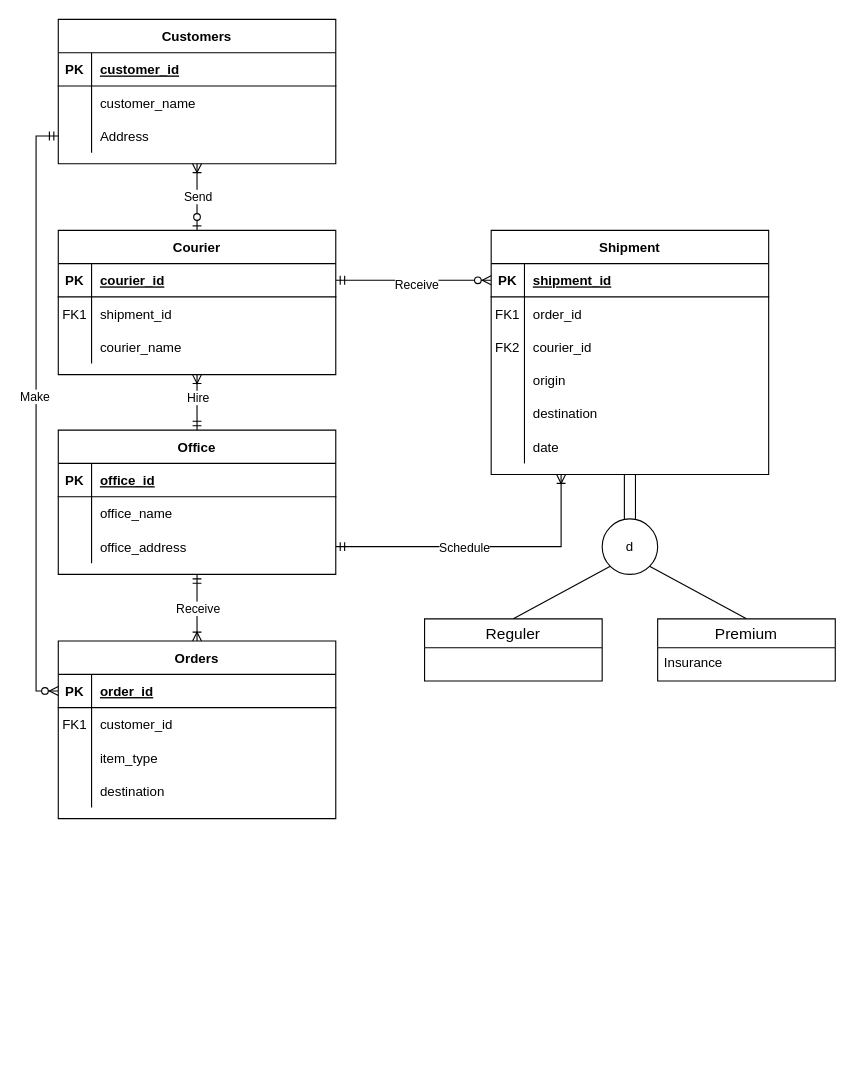
Earlier version of the draw.io diagram page "ERD" (1 of 2) of ERD/ERD_Norm.drawio (jeki-z/dripship). Source tidied: cells renumbered, new cells numbered last; positions are measured from the earlier drawing's top-left corner, leaving out a move shared by most shapes. Both pictures are drawn from the tidied source at 111%, with x=0, y=0 at pixel (36, 19).
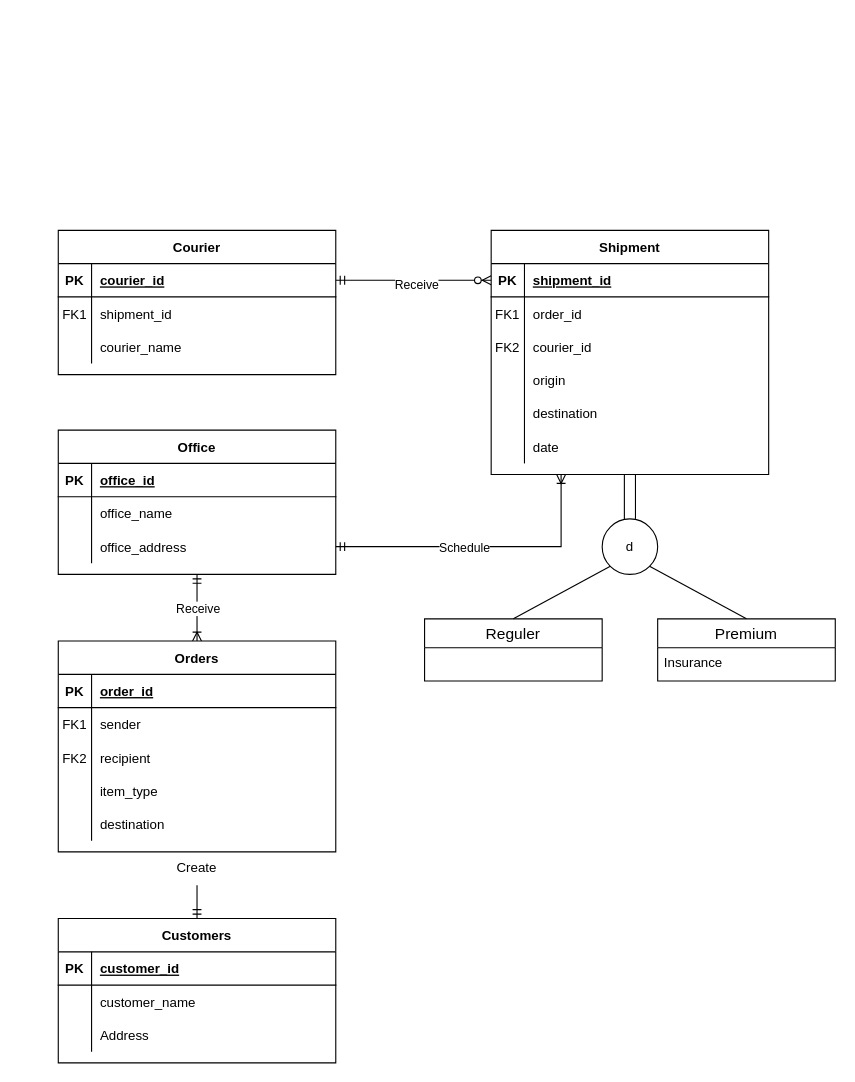
After the change.

Unchanged cells that the change refers to:
```xml
<mxCell id="3" style="shape=partialRectangle;fillColor=none;points=[[0,0.5],[1,0.5]];portConstraint=eastwest;top=0;left=0;right=0;bottom=1;" parent="2" vertex="1">
  <mxGeometry y="30" width="250" height="30" as="geometry" />
</mxCell>
<mxCell id="6" style="shape=partialRectangle;fillColor=none;top=0;left=0;right=0;bottom=0;" parent="2" vertex="1">
  <mxGeometry y="60" width="250" height="30" as="geometry" />
</mxCell>
<mxCell id="15" value="Courier" style="shape=table;startSize=30;childLayout=tableLayout;rowLines=0;fontStyle=1;align=center;" parent="1" vertex="1">
  <mxGeometry x="20" y="190" width="250" height="130" as="geometry" />
</mxCell>
<mxCell id="32" style="shape=partialRectangle;fillColor=none;top=0;left=0;bottom=0;right=0;points=[[0,0.5],[1,0.5]];portConstraint=eastwest;" parent="25" vertex="1">
  <mxGeometry y="90" width="250" height="30" as="geometry" />
</mxCell>
<mxCell id="35" value="Office" style="shape=table;startSize=30;childLayout=tableLayout;rowLines=0;fontStyle=1;align=center;" parent="1" vertex="1">
  <mxGeometry x="20" y="370" width="250" height="130" as="geometry" />
</mxCell>
```

What changed in the source:
```diff
@@
     <mxCell id="2" value="Orders" style="shape=table;startSize=30;childLayout=tableLayout;rowLines=0;fontStyle=1;align=center;" parent="1" vertex="1">
-      <mxGeometry x="20" y="560" width="250" height="160" as="geometry" />
+      <mxGeometry x="20" y="560" width="250" height="190" as="geometry" />
     </mxCell>
@@
-    <mxCell id="8" value="customer_id" style="shape=partialRectangle;overflow=hidden;fillColor=none;top=0;left=0;bottom=0;right=0;align=left;spacingLeft=6;" parent="6" vertex="1">
+    <mxCell id="8" value="sender" style="shape=partialRectangle;overflow=hidden;fillColor=none;top=0;left=0;bottom=0;right=0;align=left;spacingLeft=6;" parent="6" vertex="1">
       <mxGeometry x="30" width="220" height="30" as="geometry" />
     </mxCell>
+    <mxCell id="84" style="shape=partialRectangle;fillColor=none;top=0;left=0;bottom=0;right=0;" parent="2" vertex="1">
+      <mxGeometry y="90" width="250" height="30" as="geometry" />
+    </mxCell>
+    <mxCell id="85" value="FK2" style="shape=partialRectangle;fillColor=none;top=0;left=0;bottom=0;right=0;fontStyle=0;overflow=hidden;" parent="84" vertex="1">
+      <mxGeometry width="30" height="30" as="geometry" />
+    </mxCell>
+    <mxCell id="86" value="recipient" style="shape=partialRectangle;fillColor=none;top=0;left=0;bottom=0;right=0;align=left;spacingLeft=6;fontStyle=0;overflow=hidden;" parent="84" vertex="1">
+      <mxGeometry x="30" width="220" height="30" as="geometry" />
+    </mxCell>
     <mxCell id="9" style="shape=partialRectangle;fillColor=none;top=0;left=0;bottom=0;right=0;" parent="2" vertex="1">
-      <mxGeometry y="90" width="250" height="30" as="geometry" />
+      <mxGeometry y="120" width="250" height="30" as="geometry" />
     </mxCell>
@@
     <mxCell id="12" style="shape=partialRectangle;fillColor=none;top=0;left=0;bottom=0;right=0;" parent="2" vertex="1">
-      <mxGeometry y="120" width="250" height="30" as="geometry" />
+      <mxGeometry y="150" width="250" height="30" as="geometry" />
     </mxCell>
@@
+    <mxCell id="87" style="edgeStyle=orthogonalEdgeStyle;rounded=0;jettySize=auto;html=1;exitX=0.5;exitY=0;exitDx=0;exitDy=0;entryX=0.5;entryY=1;entryDx=0;entryDy=0;endArrow=ERzeroToMany;endFill=0;startArrow=none;startFill=0;" parent="1" edge="1" source="88" target="2">
+      <mxGeometry relative="1" as="geometry" />
+    </mxCell>
     <mxCell id="25" value="Customers" style="shape=table;startSize=30;childLayout=tableLayout;rowLines=0;fontStyle=1;align=center;" parent="1" vertex="1">
-      <mxGeometry x="20" width="250" height="130" as="geometry" />
+      <mxGeometry x="20" y="810" width="250" height="130" as="geometry" />
     </mxCell>
@@
-    <mxCell id="76" style="fontSize=12;html=1;endArrow=ERoneToMany;startArrow=ERmandOne;rounded=0;exitX=0.5;exitY=0;exitDx=0;exitDy=0;entryX=0.5;entryY=1;entryDx=0;entryDy=0;" parent="1" edge="1" source="35" target="15">
-      <mxGeometry relative="1" as="geometry" />
-    </mxCell>
-    <mxCell id="77" value="Hire" style="edgeLabel;html=1;align=center;verticalAlign=middle;" parent="76" vertex="1">
-      <mxGeometry x="0.39" relative="1" as="geometry">
-        <mxPoint y="5" as="offset" />
-      </mxGeometry>
-    </mxCell>
-    <mxCell id="78" style="fontSize=12;html=1;endArrow=ERoneToMany;startArrow=ERzeroToOne;rounded=0;exitX=0.5;exitY=0;exitDx=0;exitDy=0;entryX=0.5;entryY=1;entryDx=0;entryDy=0;" parent="1" edge="1" source="15" target="25">
-      <mxGeometry relative="1" as="geometry" />
-    </mxCell>
-    <mxCell id="79" value="Send" style="edgeLabel;html=1;align=center;verticalAlign=middle;" parent="78" vertex="1">
-      <mxGeometry x="-0.15" y="5" relative="1" as="geometry">
-        <mxPoint x="5" y="-5" as="offset" />
-      </mxGeometry>
-    </mxCell>
-    <mxCell id="80" style="edgeStyle=orthogonalEdgeStyle;fontSize=12;html=1;endArrow=ERzeroToMany;startArrow=ERmandOne;rounded=0;exitX=0;exitY=0.5;exitDx=0;exitDy=0;entryX=0;entryY=0.5;entryDx=0;entryDy=0;" parent="1" edge="1" source="32" target="3">
-      <mxGeometry relative="1" as="geometry">
-        <Array as="points">
-          <mxPoint y="105" />
-          <mxPoint y="605" />
-        </Array>
-      </mxGeometry>
-    </mxCell>
-    <mxCell id="81" value="Make" style="edgeLabel;html=1;align=center;verticalAlign=middle;" parent="80" vertex="1">
-      <mxGeometry x="-0.23" y="-2" relative="1" as="geometry">
-        <mxPoint y="46" as="offset" />
-      </mxGeometry>
-    </mxCell>
@@
+    <mxCell id="88" value="Create" style="text;html=1;strokeColor=none;fillColor=none;align=center;verticalAlign=middle;whiteSpace=wrap;rounded=0;" parent="1" vertex="1">
+      <mxGeometry x="115" y="750" width="60" height="30" as="geometry" />
+    </mxCell>
+    <mxCell id="89" style="edgeStyle=orthogonalEdgeStyle;rounded=0;jettySize=auto;html=1;exitX=0.5;exitY=0;exitDx=0;exitDy=0;entryX=0.5;entryY=1;entryDx=0;entryDy=0;endArrow=none;endFill=0;startArrow=ERmandOne;startFill=0;" parent="1" edge="1" source="25" target="88">
+      <mxGeometry relative="1" as="geometry" />
+    </mxCell>
```
